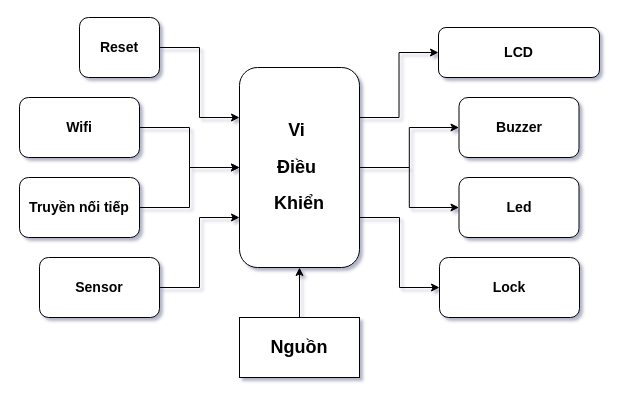
Earlier version of the draw.io diagram Untitled Diagram.drawio (ducphan2003/demo). Source tidied: cells renumbered, new cells numbered last; positions are measured from the earlier drawing's top-left corner, leaving out a move shared by most shapes. Both pictures are drawn from the tidied source at 100%, with x=0, y=0 at pixel (19, 17).
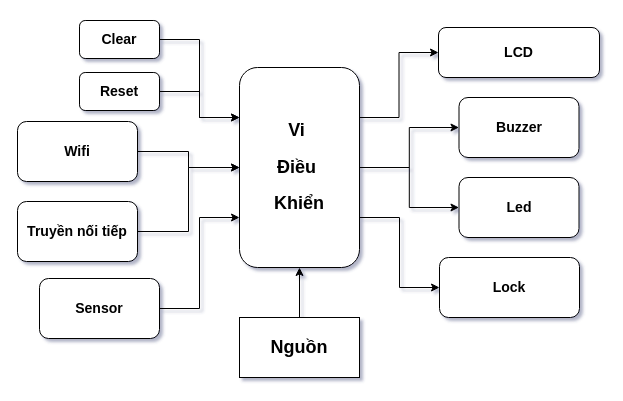
Above is the later version.

The change refers to these unchanged cells:
```xml
<mxCell id="6" value="&lt;h2&gt;Vi&amp;nbsp;&lt;/h2&gt;&lt;h2&gt;Điều&amp;nbsp;&lt;/h2&gt;&lt;h2&gt;Khiển&lt;/h2&gt;" style="rounded=1;whiteSpace=wrap;html=1;" parent="1" vertex="1">
  <mxGeometry x="220" y="50" width="120" height="200" as="geometry" />
</mxCell>
```

Change to the diagram source:
```diff
@@
     <mxCell id="8" value="&lt;h3&gt;Reset&lt;/h3&gt;" style="rounded=1;whiteSpace=wrap;html=1;" parent="1" vertex="1">
-      <mxGeometry x="60" width="80" height="60" as="geometry" />
+      <mxGeometry x="60" y="55" width="80" height="38" as="geometry" />
     </mxCell>
@@
     <mxCell id="10" value="&lt;h3&gt;Wifi&lt;/h3&gt;" style="rounded=1;whiteSpace=wrap;html=1;" parent="1" vertex="1">
-      <mxGeometry y="80" width="120" height="60" as="geometry" />
+      <mxGeometry x="-2" y="104" width="120" height="60" as="geometry" />
     </mxCell>
@@
     <mxCell id="12" value="&lt;h3&gt;Truyền nối tiếp&lt;/h3&gt;" style="rounded=1;whiteSpace=wrap;html=1;" parent="1" vertex="1">
-      <mxGeometry y="160" width="120" height="60" as="geometry" />
+      <mxGeometry x="-2" y="184" width="120" height="60" as="geometry" />
     </mxCell>
@@
     <mxCell id="14" value="&lt;h3&gt;Sensor&lt;/h3&gt;" style="rounded=1;whiteSpace=wrap;html=1;" parent="1" vertex="1">
-      <mxGeometry x="20" y="240" width="120" height="60" as="geometry" />
+      <mxGeometry x="20" y="261" width="120" height="60" as="geometry" />
     </mxCell>
@@
+    <mxCell id="21" style="edgeStyle=orthogonalEdgeStyle;rounded=0;jettySize=auto;html=1;exitX=1;exitY=0.5;exitDx=0;exitDy=0;entryX=0;entryY=0.25;entryDx=0;entryDy=0;" parent="1" edge="1" source="22" target="6">
+      <mxGeometry relative="1" as="geometry" />
+    </mxCell>
+    <mxCell id="22" value="&lt;h3&gt;Clear&lt;/h3&gt;" style="rounded=1;whiteSpace=wrap;html=1;" parent="1" vertex="1">
+      <mxGeometry x="60" y="3" width="80" height="38" as="geometry" />
+    </mxCell>
```
